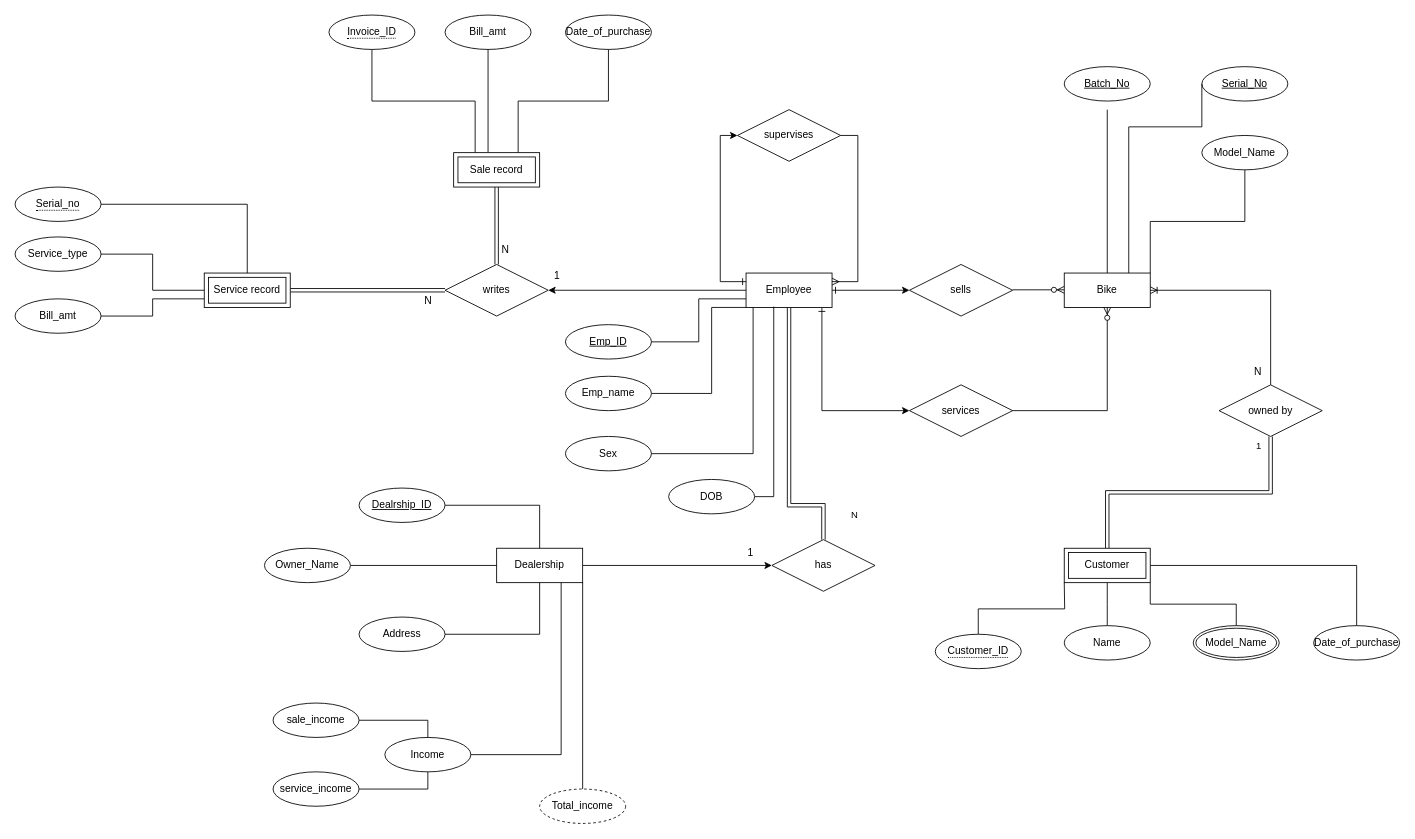
This is Sales_ERD.drawio from Coder-X15/Bike-Company-Management-System, a draw.io file, before an edit. Source tidied: cells renumbered, new cells numbered last; positions are measured from the earlier drawing's top-left corner, leaving out a move shared by most shapes. Both pictures are drawn from the tidied source at 86%, with x=0, y=0 at pixel (15, 15).
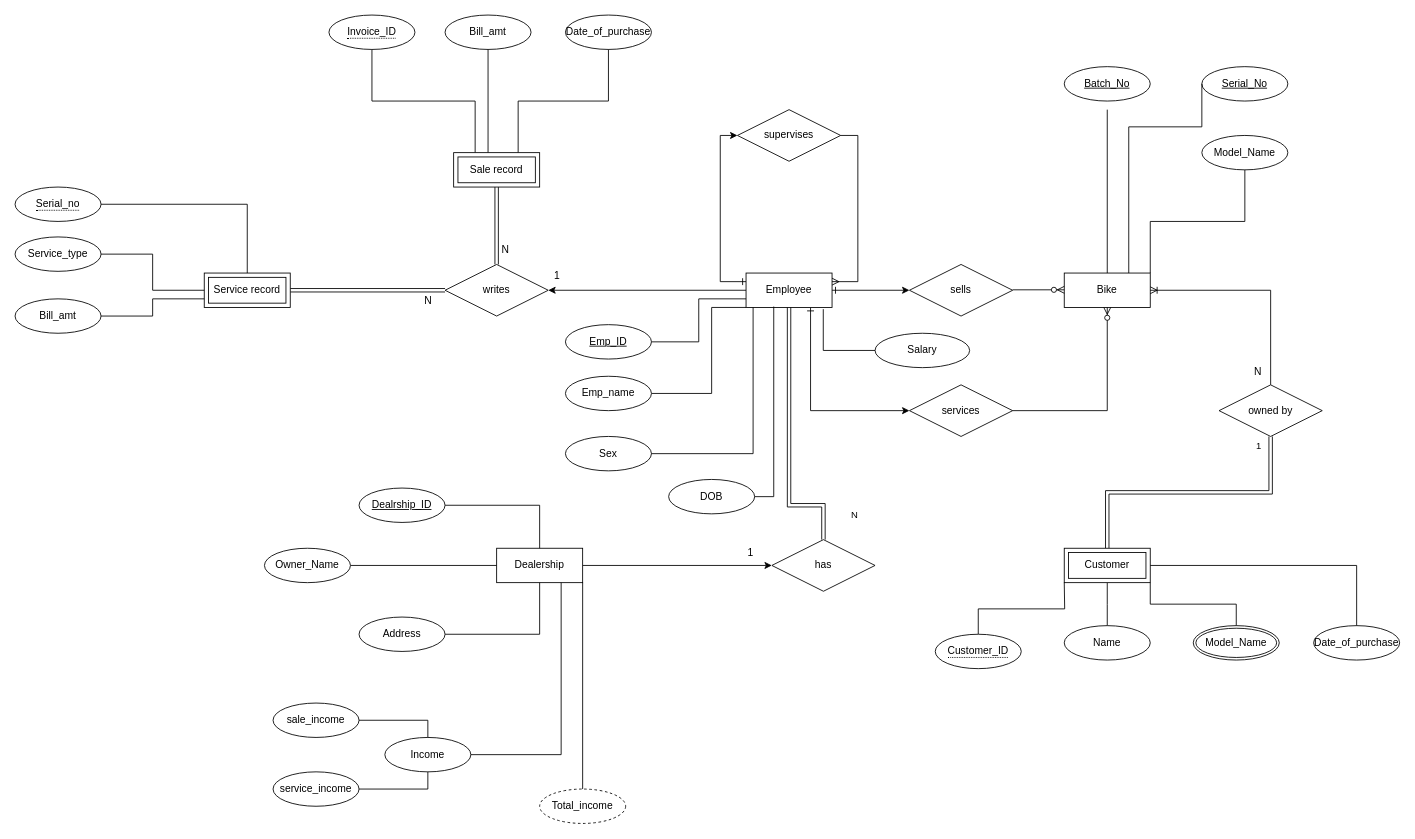
Above is the later version.

The change refers to these unchanged cells:
```xml
<mxCell id="10" value="Employee" style="whiteSpace=wrap;html=1;align=center;" parent="1" vertex="1">
  <mxGeometry x="850" y="300" width="100" height="40" as="geometry" />
</mxCell>
<mxCell id="18" value="services" style="shape=rhombus;perimeter=rhombusPerimeter;whiteSpace=wrap;html=1;align=center;" parent="1" vertex="1">
  <mxGeometry x="1040" y="430" width="120" height="60" as="geometry" />
</mxCell>
```

What changed in the source:
```diff
@@
-    <mxCell id="7" style="edgeStyle=orthogonalEdgeStyle;rounded=0;jettySize=auto;html=1;exitX=0.882;exitY=1.015;exitDx=0;exitDy=0;entryX=0;entryY=0.5;entryDx=0;entryDy=0;startArrow=ERone;startFill=0;exitPerimeter=0;" parent="1" edge="1" source="10" target="18">
+    <mxCell id="7" style="edgeStyle=orthogonalEdgeStyle;rounded=0;jettySize=auto;html=1;exitX=0.75;exitY=1;exitDx=0;exitDy=0;entryX=0;entryY=0.5;entryDx=0;entryDy=0;startArrow=ERone;startFill=0;" parent="1" edge="1" source="10" target="18">
       <mxGeometry relative="1" as="geometry" />
     </mxCell>
@@
+    <mxCell id="82" value="Salary" style="ellipse;whiteSpace=wrap;html=1;" parent="1" vertex="1">
+      <mxGeometry x="1000" y="370" width="110" height="40" as="geometry" />
+    </mxCell>
+    <mxCell id="83" style="edgeStyle=orthogonalEdgeStyle;rounded=0;jettySize=auto;html=1;exitX=0;exitY=0.5;exitDx=0;exitDy=0;entryX=0.898;entryY=1.05;entryDx=0;entryDy=0;entryPerimeter=0;endArrow=none;endFill=0;" parent="1" edge="1" source="82" target="10">
+      <mxGeometry relative="1" as="geometry" />
+    </mxCell>
```
